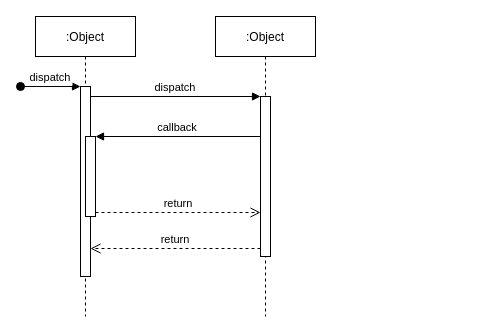
Earlier version of the draw.io diagram Untitled Diagram.drawio (TheCount404/diagram). Source tidied: cells renumbered, new cells numbered last; positions are measured from the earlier drawing's top-left corner, leaving out a move shared by most shapes. Both pictures are drawn from the tidied source at 100%, with x=0, y=0 at pixel (20, 16).
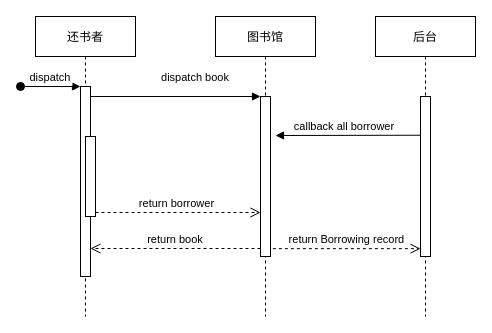
After the change.

The edit, as a diff of the source:
```diff
@@
 <mxGraphModel>
   <root>
     <mxCell id="0" />
     <mxCell id="1" parent="0" />
-    <mxCell id="2" value=":Object" style="shape=umlLifeline;perimeter=lifelinePerimeter;rounded=0;shadow=0;strokeWidth=1;" parent="1" vertex="1">
+    <mxCell id="2" value="还书者" style="shape=umlLifeline;perimeter=lifelinePerimeter;rounded=0;shadow=0;strokeWidth=1;fontColor=default;fillColor=default;strokeColor=default;" parent="1" vertex="1">
       <mxGeometry x="15" width="100" height="300" as="geometry" />
     </mxCell>
-    <mxCell id="3" style="points=[];perimeter=orthogonalPerimeter;rounded=0;shadow=0;strokeWidth=1;" parent="2" vertex="1">
+    <mxCell id="3" style="points=[];perimeter=orthogonalPerimeter;rounded=0;shadow=0;strokeWidth=1;fillColor=default;strokeColor=default;fontColor=default;" parent="2" vertex="1">
       <mxGeometry x="45" y="70" width="10" height="190" as="geometry" />
     </mxCell>
-    <mxCell id="4" value="dispatch" style="verticalAlign=bottom;startArrow=oval;endArrow=block;startSize=8;shadow=0;strokeWidth=1;" parent="2" edge="1" target="3">
+    <mxCell id="4" value="dispatch" style="verticalAlign=bottom;startArrow=oval;endArrow=block;startSize=8;shadow=0;strokeWidth=1;fillColor=default;strokeColor=default;fontColor=default;" parent="2" edge="1" target="3">
       <mxGeometry relative="1" as="geometry">
         <mxPoint x="-15" y="70" as="sourcePoint" />
       </mxGeometry>
     </mxCell>
-    <mxCell id="5" style="points=[];perimeter=orthogonalPerimeter;rounded=0;shadow=0;strokeWidth=1;" parent="2" vertex="1">
+    <mxCell id="5" style="points=[];perimeter=orthogonalPerimeter;rounded=0;shadow=0;strokeWidth=1;fillColor=default;strokeColor=default;fontColor=default;" parent="2" vertex="1">
       <mxGeometry x="50" y="120" width="10" height="80" as="geometry" />
     </mxCell>
-    <mxCell id="6" value=":Object" style="shape=umlLifeline;perimeter=lifelinePerimeter;rounded=0;shadow=0;strokeWidth=1;" parent="1" vertex="1">
+    <mxCell id="6" value="图书馆" style="shape=umlLifeline;perimeter=lifelinePerimeter;rounded=0;shadow=0;strokeWidth=1;fillColor=default;strokeColor=default;fontColor=default;" parent="1" vertex="1">
       <mxGeometry x="195" width="100" height="300" as="geometry" />
     </mxCell>
-    <mxCell id="7" style="points=[];perimeter=orthogonalPerimeter;rounded=0;shadow=0;strokeWidth=1;" parent="6" vertex="1">
+    <mxCell id="7" style="points=[];perimeter=orthogonalPerimeter;rounded=0;shadow=0;strokeWidth=1;fillColor=default;strokeColor=default;fontColor=default;" parent="6" vertex="1">
       <mxGeometry x="45" y="80" width="10" height="160" as="geometry" />
     </mxCell>
-    <mxCell id="8" value="return" style="verticalAlign=bottom;endArrow=open;dashed=1;endSize=8;exitX=0;exitY=0.95;shadow=0;strokeWidth=1;" parent="1" edge="1" source="7" target="3">
+    <mxCell id="8" value="return book" style="verticalAlign=bottom;endArrow=open;dashed=1;endSize=8;exitX=0;exitY=0.95;shadow=0;strokeWidth=1;fillColor=default;strokeColor=default;fontColor=default;labelBackgroundColor=default;" parent="1" edge="1" source="7" target="3">
       <mxGeometry relative="1" as="geometry" />
     </mxCell>
-    <mxCell id="9" value="dispatch" style="verticalAlign=bottom;endArrow=block;entryX=0;entryY=0;shadow=0;strokeWidth=1;" parent="1" edge="1" source="3" target="7">
-      <mxGeometry relative="1" as="geometry" />
+    <mxCell id="9" value="dispatch book" style="verticalAlign=bottom;endArrow=block;entryX=0;entryY=0;shadow=0;strokeWidth=1;fillColor=default;strokeColor=default;fontColor=default;labelBackgroundColor=default;" parent="1" edge="1" source="3" target="7">
+      <mxGeometry x="0.24" y="10" relative="1" as="geometry" />
     </mxCell>
-    <mxCell id="10" value="callback" style="verticalAlign=bottom;endArrow=block;entryX=1;entryY=0;shadow=0;strokeWidth=1;" parent="1" edge="1" source="7" target="5">
-      <mxGeometry relative="1" as="geometry" />
+    <mxCell id="10" value="callback all borrower  " style="verticalAlign=bottom;endArrow=block;shadow=0;strokeWidth=1;fillColor=default;strokeColor=default;fontColor=default;labelBackgroundColor=default;exitX=0.006;exitY=0.242;exitDx=0;exitDy=0;exitPerimeter=0;" parent="1" edge="1" source="13">
+      <mxGeometry relative="1" as="geometry">
+        <mxPoint x="255" y="119" as="targetPoint" />
+      </mxGeometry>
     </mxCell>
-    <mxCell id="11" value="return" style="verticalAlign=bottom;endArrow=open;dashed=1;endSize=8;exitX=1;exitY=0.95;shadow=0;strokeWidth=1;" parent="1" edge="1" source="5" target="7">
+    <mxCell id="11" value="return borrower " style="verticalAlign=bottom;endArrow=open;dashed=1;endSize=8;exitX=1;exitY=0.95;shadow=0;strokeWidth=1;fillColor=default;strokeColor=default;fontColor=default;labelBackgroundColor=default;" parent="1" edge="1" source="5" target="7">
       <mxGeometry relative="1" as="geometry" />
     </mxCell>
+    <mxCell id="12" value="后台" style="shape=umlLifeline;perimeter=lifelinePerimeter;rounded=0;shadow=0;strokeWidth=1;fillColor=default;strokeColor=default;fontColor=default;" parent="1" vertex="1">
+      <mxGeometry x="355" width="100" height="300" as="geometry" />
+    </mxCell>
+    <mxCell id="13" style="points=[];perimeter=orthogonalPerimeter;rounded=0;shadow=0;strokeWidth=1;fillColor=default;strokeColor=default;fontColor=default;" parent="12" vertex="1">
+      <mxGeometry x="45" y="80" width="10" height="160" as="geometry" />
+    </mxCell>
+    <mxCell id="14" value="return Borrowing record" style="verticalAlign=bottom;endArrow=open;dashed=1;endSize=8;exitX=1.24;exitY=0.951;shadow=0;strokeWidth=1;fillColor=default;strokeColor=default;fontColor=default;labelBackgroundColor=default;exitDx=0;exitDy=0;exitPerimeter=0;" parent="1" edge="1" source="7" target="13">
+      <mxGeometry relative="1" as="geometry" />
+    </mxCell>
   </root>
 </mxGraphModel>
```
